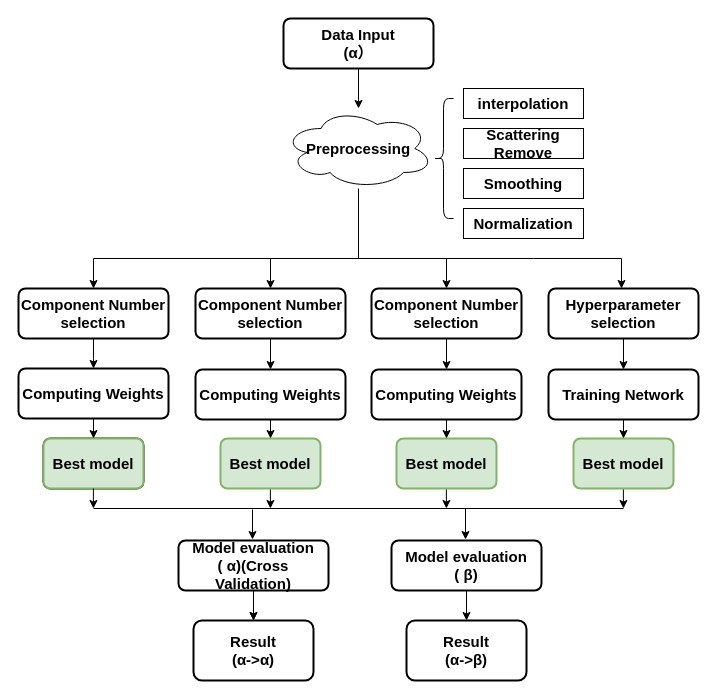
chbambooshoot/digram keeps this draw.io diagram as 未命名绘图.drawio. Above is the earlier version. Source tidied: cells renumbered, new cells numbered last; positions are measured from the earlier drawing's top-left corner, leaving out a move shared by most shapes. Both pictures are drawn from the tidied source at 100%, with x=0, y=0 at pixel (18, 18).
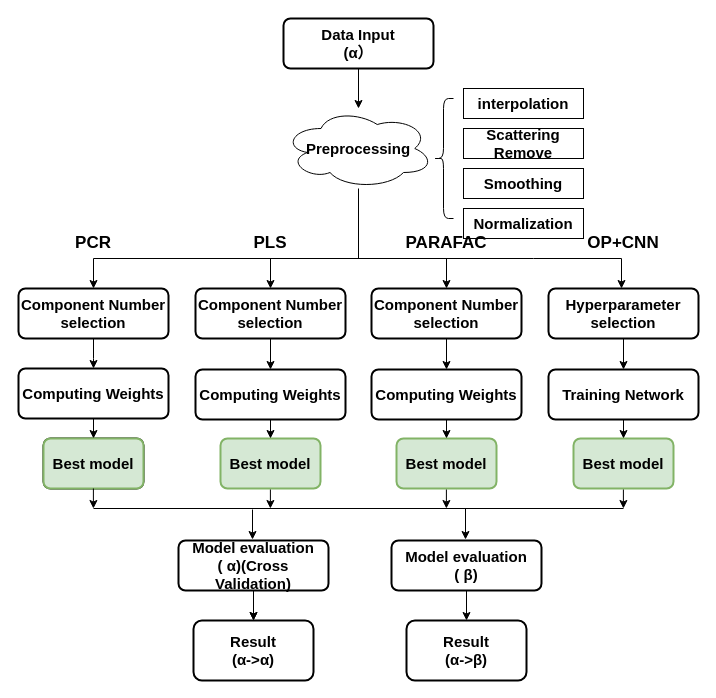
Above is the later version.

Commit message (it also covers changes not shown here):
更新未命名绘图.drawio

Change to the diagram source:
```diff
@@
+    <mxCell id="49" value="&lt;b&gt;&lt;font style=&quot;font-size: 17px;&quot;&gt;PCR&lt;/font&gt;&lt;/b&gt;" style="text;html=1;strokeColor=none;fillColor=none;align=center;verticalAlign=middle;whiteSpace=wrap;rounded=0;" parent="1" vertex="1">
+      <mxGeometry x="45" y="210" width="60" height="30" as="geometry" />
+    </mxCell>
+    <mxCell id="50" value="&lt;span style=&quot;font-size: 17px;&quot;&gt;&lt;b&gt;PLS&lt;br&gt;&lt;/b&gt;&lt;/span&gt;" style="text;html=1;strokeColor=none;fillColor=none;align=center;verticalAlign=middle;whiteSpace=wrap;rounded=0;" parent="1" vertex="1">
+      <mxGeometry x="222" y="210" width="60" height="30" as="geometry" />
+    </mxCell>
+    <mxCell id="51" value="&lt;span style=&quot;font-size: 17px;&quot;&gt;&lt;b&gt;PARAFAC&lt;br&gt;&lt;/b&gt;&lt;/span&gt;" style="text;html=1;strokeColor=none;fillColor=none;align=center;verticalAlign=middle;whiteSpace=wrap;rounded=0;" parent="1" vertex="1">
+      <mxGeometry x="398" y="210" width="60" height="30" as="geometry" />
+    </mxCell>
+    <mxCell id="52" value="&lt;span style=&quot;font-size: 17px;&quot;&gt;&lt;b&gt;OP+CNN&lt;br&gt;&lt;/b&gt;&lt;/span&gt;" style="text;html=1;strokeColor=none;fillColor=none;align=center;verticalAlign=middle;whiteSpace=wrap;rounded=0;" parent="1" vertex="1">
+      <mxGeometry x="575" y="210" width="60" height="30" as="geometry" />
+    </mxCell>
```
